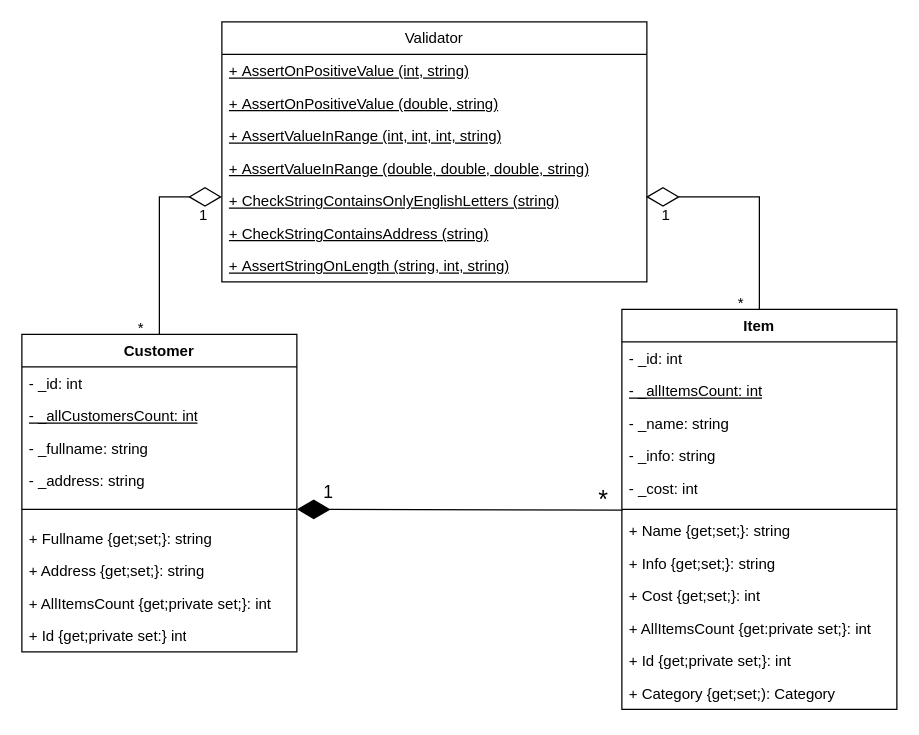
The draw.io diagram doc/ObjectOrientedPractics/Practics1.drawio in EBPEYgg/ObjectOrientedPractics, before the edit. Source tidied: cells renumbered, new cells numbered last; positions are measured from the earlier drawing's top-left corner, leaving out a move shared by most shapes. Both pictures are drawn from the tidied source at 125%, with x=0, y=0 at pixel (21, 21).
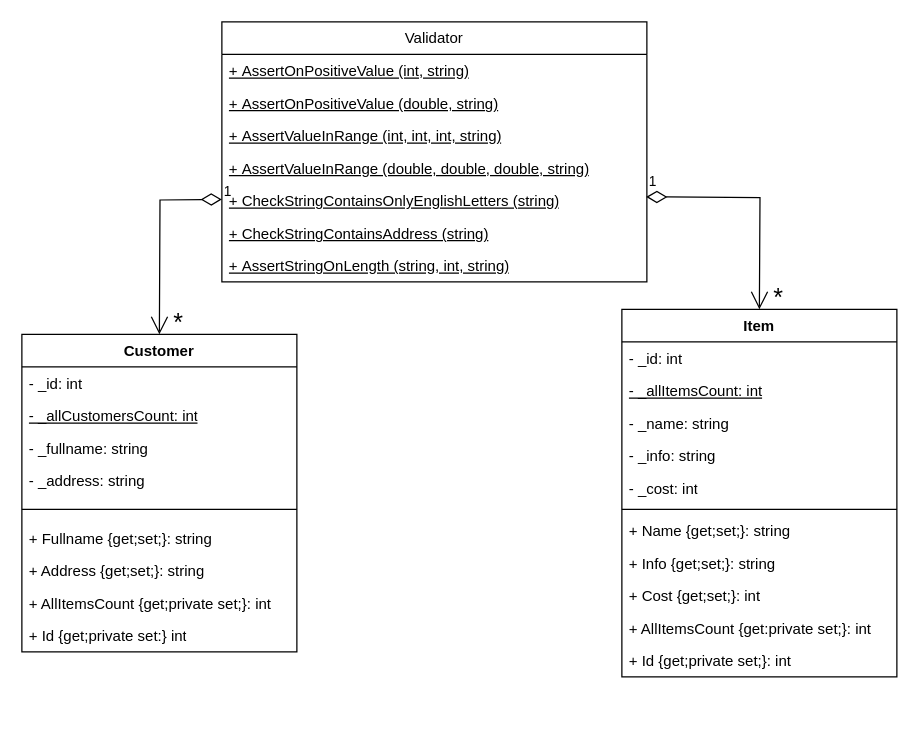
The same diagram, later.

Commit message (it also covers changes not shown here):
📝Update UML Practics1.

The change refers to these unchanged cells:
```xml
<mxCell id="24" value="- _cost: int" style="text;strokeColor=none;fillColor=none;align=left;verticalAlign=top;spacingLeft=4;spacingRight=4;overflow=hidden;points=[[0,0.5],[1,0.5]];portConstraint=eastwest;whiteSpace=wrap;html=1;" parent="19" vertex="1">
  <mxGeometry y="130" width="220" height="26" as="geometry" />
</mxCell>
<mxCell id="32" value="Customer" style="swimlane;fontStyle=1;align=center;verticalAlign=top;horizontal=1;startSize=26;whiteSpace=wrap;html=1;" parent="1" vertex="1">
  <mxGeometry y="250" width="220" height="254" as="geometry" />
</mxCell>
```

Diff of the diagram source:
```diff
@@
-    <mxCell id="10" style="endArrow=diamondThin;endFill=1;endSize=24;html=1;rounded=0;exitX=0.003;exitY=1.177;exitDx=0;exitDy=0;exitPerimeter=0;" parent="1" edge="1" source="24">
-      <mxGeometry relative="1" as="geometry">
-        <mxPoint x="220" y="390" as="targetPoint" />
-      </mxGeometry>
-    </mxCell>
-    <mxCell id="11" value="&lt;font style=&quot;font-size: 20px;&quot;&gt;*&lt;/font&gt;" style="text;html=1;align=center;verticalAlign=middle;strokeColor=none;fillColor=none;" parent="1" vertex="1">
-      <mxGeometry x="450" y="361" width="30" height="40" as="geometry" />
-    </mxCell>
-    <mxCell id="12" value="&lt;font style=&quot;font-size: 14px;&quot;&gt;1&lt;/font&gt;" style="text;html=1;align=center;verticalAlign=middle;strokeColor=none;fillColor=none;" parent="1" vertex="1">
-      <mxGeometry x="230" y="361" width="30" height="30" as="geometry" />
-    </mxCell>
-    <mxCell id="13" style="endArrow=diamondThin;endFill=0;endSize=24;html=1;rounded=0;exitX=0.5;exitY=0;exitDx=0;exitDy=0;" parent="1" edge="1" source="32">
-      <mxGeometry relative="1" as="geometry">
-        <mxPoint x="160" y="140" as="targetPoint" />
-        <Array as="points">
-          <mxPoint x="110" y="140" />
-        </Array>
-      </mxGeometry>
-    </mxCell>
-    <mxCell id="14" style="endArrow=diamondThin;endFill=0;endSize=24;html=1;rounded=0;exitX=0.5;exitY=0;exitDx=0;exitDy=0;entryX=-0.02;entryY=0;entryDx=0;entryDy=0;entryPerimeter=0;" parent="1" edge="1" source="19" target="16">
-      <mxGeometry relative="1" as="geometry">
-        <Array as="points">
-          <mxPoint x="590" y="140" />
-        </Array>
-      </mxGeometry>
-    </mxCell>
-    <mxCell id="15" value="1" style="text;html=1;align=center;verticalAlign=middle;strokeColor=none;fillColor=none;" parent="1" vertex="1">
-      <mxGeometry x="130" y="140" width="30" height="30" as="geometry" />
-    </mxCell>
-    <mxCell id="16" value="1" style="text;html=1;align=center;verticalAlign=middle;points=[];strokeColor=none;fillColor=none;" parent="1" vertex="1">
-      <mxGeometry x="500" y="140" width="30" height="30" as="geometry" />
-    </mxCell>
-    <mxCell id="17" value="*" style="text;html=1;align=center;verticalAlign=middle;strokeColor=none;fillColor=none;" parent="1" vertex="1">
-      <mxGeometry x="80" y="230" width="30" height="30" as="geometry" />
-    </mxCell>
-    <mxCell id="18" value="*" style="text;html=1;align=center;verticalAlign=middle;strokeColor=none;fillColor=none;" parent="1" vertex="1">
-      <mxGeometry x="560" y="210" width="30" height="30" as="geometry" />
-    </mxCell>
     <mxCell id="19" value="Item" style="swimlane;fontStyle=1;align=center;verticalAlign=top;horizontal=1;startSize=26;whiteSpace=wrap;html=1;" parent="1" vertex="1">
-      <mxGeometry x="480" y="230" width="220" height="320" as="geometry" />
+      <mxGeometry x="480" y="230" width="220" height="294" as="geometry" />
     </mxCell>
@@
-    <mxCell id="31" value="+ Category {get;set;): Category" style="text;strokeColor=none;fillColor=none;align=left;verticalAlign=top;spacingLeft=4;spacingRight=4;overflow=hidden;whiteSpace=wrap;html=1;" parent="19" vertex="1">
-      <mxGeometry y="294" width="220" height="26" as="geometry" />
-    </mxCell>
@@
+    <mxCell id="42" value="1" style="endArrow=open;html=1;endSize=12;startArrow=diamondThin;startSize=14;startFill=0;edgeStyle=orthogonalEdgeStyle;align=left;verticalAlign=bottom;rounded=0;" parent="1" edge="1">
+      <mxGeometry x="-1" y="3" relative="1" as="geometry">
+        <mxPoint x="160" y="142" as="sourcePoint" />
+        <mxPoint x="110" y="250" as="targetPoint" />
+      </mxGeometry>
+    </mxCell>
+    <mxCell id="43" value="1" style="endArrow=open;html=1;endSize=12;startArrow=diamondThin;startSize=14;startFill=0;edgeStyle=orthogonalEdgeStyle;align=left;verticalAlign=bottom;rounded=0;" parent="1" edge="1">
+      <mxGeometry x="-1" y="3" relative="1" as="geometry">
+        <mxPoint x="499.5" y="140" as="sourcePoint" />
+        <mxPoint x="590" y="230" as="targetPoint" />
+      </mxGeometry>
+    </mxCell>
+    <mxCell id="44" value="&lt;font style=&quot;font-size: 20px;&quot;&gt;*&lt;/font&gt;" style="text;html=1;align=center;verticalAlign=middle;strokeColor=none;fillColor=none;" parent="1" vertex="1">
+      <mxGeometry x="110" y="220" width="30" height="40" as="geometry" />
+    </mxCell>
+    <mxCell id="45" value="&lt;font style=&quot;font-size: 20px;&quot;&gt;*&lt;/font&gt;" style="text;html=1;align=center;verticalAlign=middle;strokeColor=none;fillColor=none;" parent="1" vertex="1">
+      <mxGeometry x="590" y="200" width="30" height="40" as="geometry" />
+    </mxCell>
```
